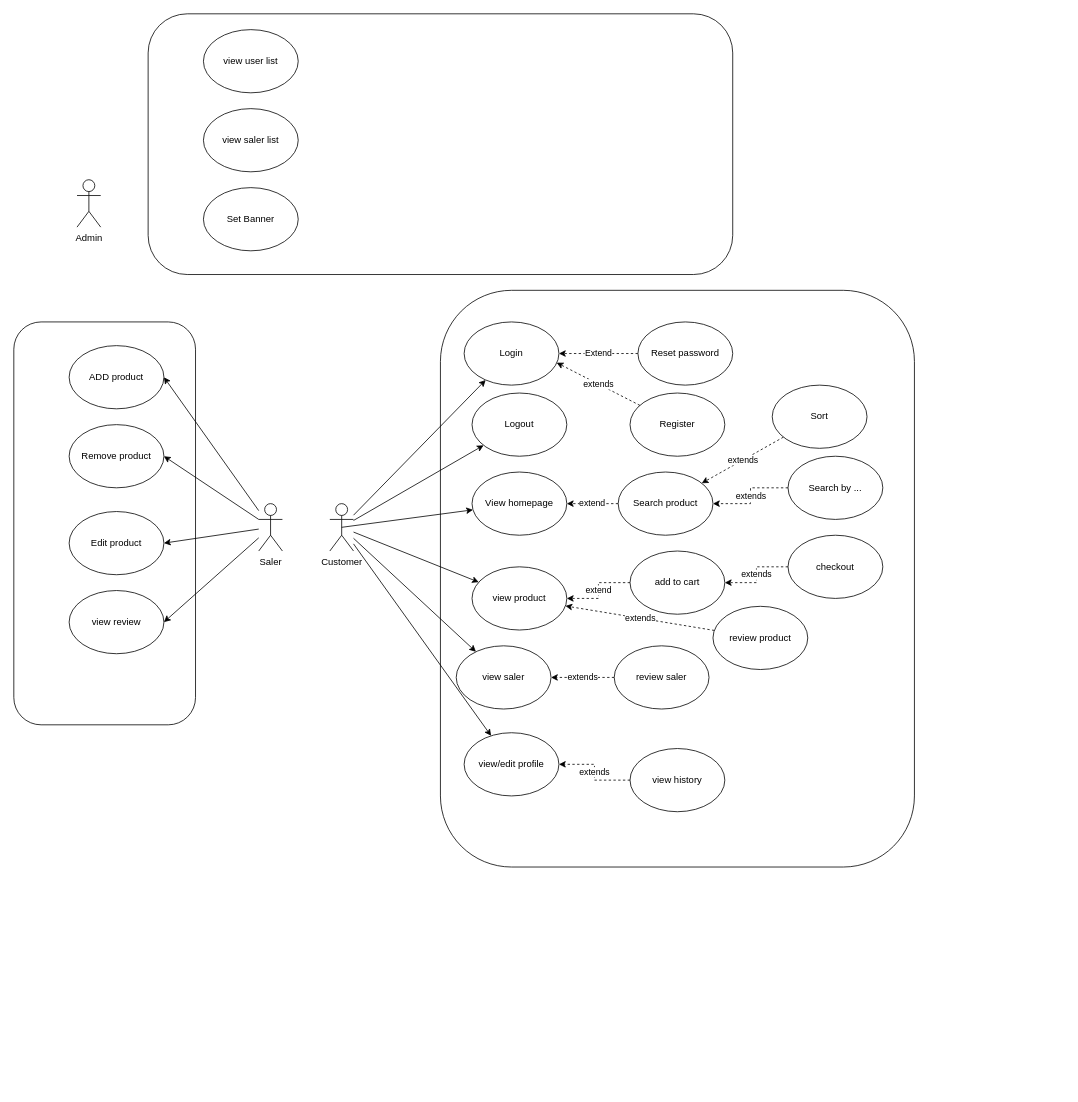
Above: public/documents/UseCase.drawio in MinhBTHE186598/OnlineShop (draw.io), before the change. Source tidied: cells renumbered, new cells numbered last; positions are measured from the earlier drawing's top-left corner, leaving out a move shared by most shapes. Both pictures are drawn from the tidied source at 79%, with x=0, y=0 at pixel (13, 13).
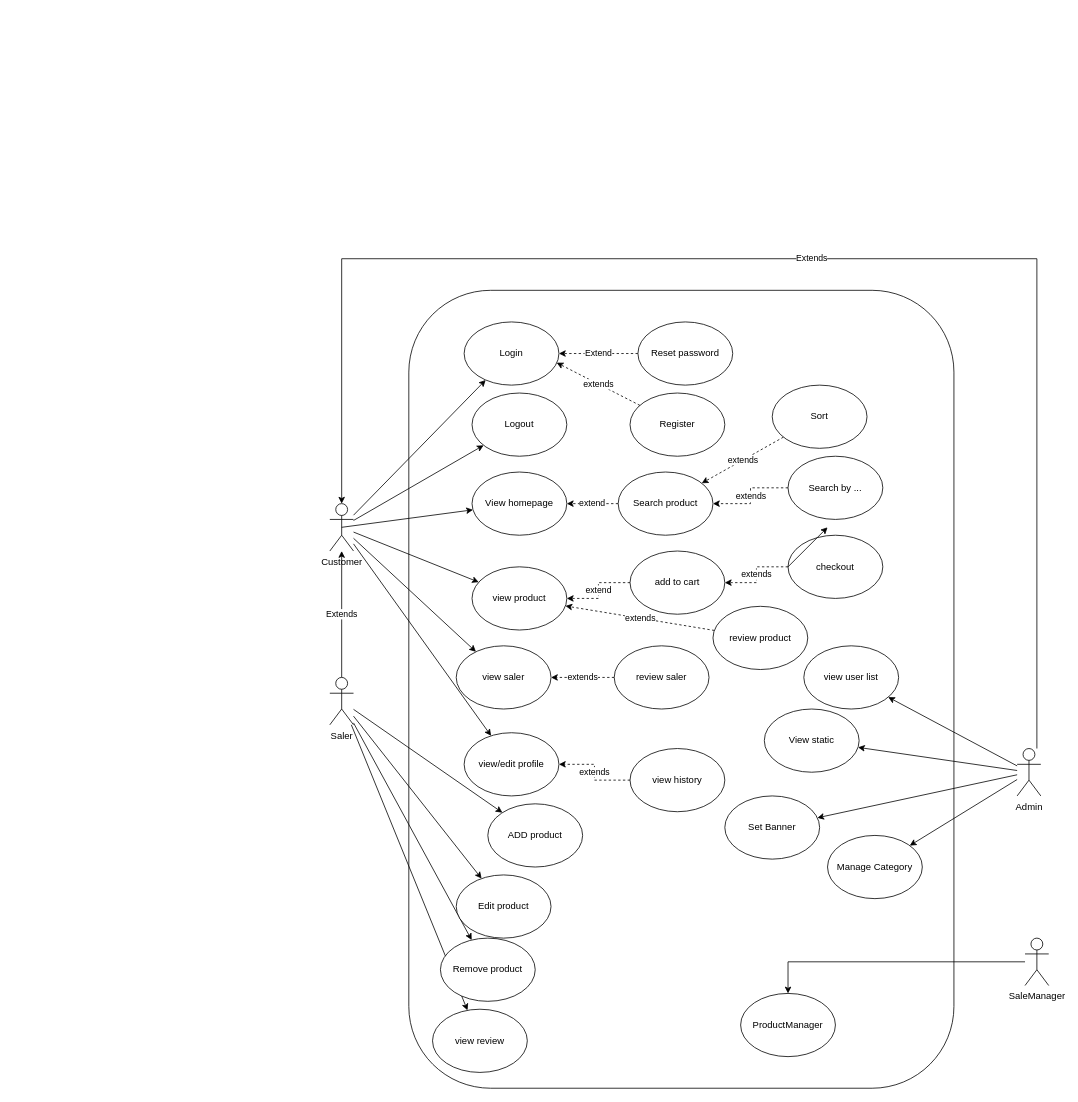
After the change.

Commit message (it also covers changes not shown here):
update bieu do usecase

Unchanged cells that the change refers to:
```xml
<mxCell id="2" value="Customer" style="shape=umlActor;verticalLabelPosition=bottom;verticalAlign=top;html=1;outlineConnect=0;" parent="1" vertex="1">
  <mxGeometry x="400" y="620" width="30" height="60" as="geometry" />
</mxCell>
```

What changed in the source:
```diff
@@
     <mxCell id="3" style="rounded=1;whiteSpace=wrap;html=1;" parent="1" vertex="1">
-      <mxGeometry x="540" y="350" width="600" height="730" as="geometry" />
+      <mxGeometry x="500" y="350" width="690" height="1010" as="geometry" />
     </mxCell>
+    <mxCell id="44" style="rounded=0;jettySize=auto;html=1;" parent="1" edge="1" source="4" target="41">
+      <mxGeometry relative="1" as="geometry" />
+    </mxCell>
+    <mxCell id="43" style="rounded=0;jettySize=auto;html=1;" parent="1" edge="1" source="4" target="39">
+      <mxGeometry relative="1" as="geometry" />
+    </mxCell>
+    <mxCell id="45" style="rounded=0;jettySize=auto;html=1;" parent="1" edge="1" source="4" target="42">
+      <mxGeometry relative="1" as="geometry" />
+    </mxCell>
+    <mxCell id="46" style="rounded=0;jettySize=auto;html=1;" parent="1" edge="1" source="4" target="40">
+      <mxGeometry relative="1" as="geometry" />
+    </mxCell>
+    <mxCell id="51" value="Extends" style="edgeStyle=orthogonalEdgeStyle;rounded=0;jettySize=auto;html=1;" parent="1" edge="1" source="4" target="2">
+      <mxGeometry relative="1" as="geometry" />
+    </mxCell>
     <mxCell id="4" value="Saler" style="shape=umlActor;verticalLabelPosition=bottom;verticalAlign=top;html=1;outlineConnect=0;" parent="1" vertex="1">
-      <mxGeometry x="310" y="620" width="30" height="60" as="geometry" />
+      <mxGeometry x="400" y="840" width="30" height="60" as="geometry" />
     </mxCell>
+    <mxCell id="52" style="rounded=0;jettySize=auto;html=1;" parent="1" edge="1" source="5" target="57">
+      <mxGeometry relative="1" as="geometry" />
+    </mxCell>
+    <mxCell id="53" style="rounded=0;jettySize=auto;html=1;" parent="1" edge="1" source="5" target="49">
+      <mxGeometry relative="1" as="geometry" />
+    </mxCell>
+    <mxCell id="54" style="rounded=0;jettySize=auto;html=1;" parent="1" edge="1" source="5" target="56">
+      <mxGeometry relative="1" as="geometry" />
+    </mxCell>
+    <mxCell id="55" style="rounded=0;jettySize=auto;html=1;" parent="1" edge="1" source="5" target="48">
+      <mxGeometry relative="1" as="geometry" />
+    </mxCell>
     <mxCell id="5" value="Admin" style="shape=umlActor;verticalLabelPosition=bottom;verticalAlign=top;html=1;outlineConnect=0;" parent="1" vertex="1">
-      <mxGeometry x="80" y="210" width="30" height="60" as="geometry" />
+      <mxGeometry x="1270" y="930" width="30" height="60" as="geometry" />
     </mxCell>
@@
-    <mxCell id="38" style="rounded=1;whiteSpace=wrap;html=1;" parent="1" vertex="1">
-      <mxGeometry y="390" width="230" height="510" as="geometry" />
-    </mxCell>
     <mxCell id="39" value="ADD product" style="ellipse;whiteSpace=wrap;html=1;" parent="1" vertex="1">
-      <mxGeometry x="70" y="420" width="120" height="80" as="geometry" />
+      <mxGeometry x="600" y="1000" width="120" height="80" as="geometry" />
     </mxCell>
     <mxCell id="40" value="view review" style="ellipse;whiteSpace=wrap;html=1;" parent="1" vertex="1">
-      <mxGeometry x="70" y="730" width="120" height="80" as="geometry" />
+      <mxGeometry x="530" y="1260" width="120" height="80" as="geometry" />
     </mxCell>
     <mxCell id="41" value="Remove product" style="ellipse;whiteSpace=wrap;html=1;" parent="1" vertex="1">
-      <mxGeometry x="70" y="520" width="120" height="80" as="geometry" />
+      <mxGeometry x="540" y="1170" width="120" height="80" as="geometry" />
     </mxCell>
     <mxCell id="42" value="Edit product" style="ellipse;whiteSpace=wrap;html=1;" parent="1" vertex="1">
-      <mxGeometry x="70" y="630" width="120" height="80" as="geometry" />
+      <mxGeometry x="560" y="1090" width="120" height="80" as="geometry" />
     </mxCell>
-    <mxCell id="43" style="rounded=0;jettySize=auto;html=1;entryX=1;entryY=0.5;entryDx=0;entryDy=0;" parent="1" edge="1" source="4" target="39">
-      <mxGeometry relative="1" as="geometry" />
-    </mxCell>
-    <mxCell id="44" style="rounded=0;jettySize=auto;html=1;entryX=1;entryY=0.5;entryDx=0;entryDy=0;" parent="1" edge="1" source="4" target="41">
-      <mxGeometry relative="1" as="geometry" />
-    </mxCell>
-    <mxCell id="45" style="rounded=0;jettySize=auto;html=1;entryX=1;entryY=0.5;entryDx=0;entryDy=0;" parent="1" edge="1" source="4" target="42">
-      <mxGeometry relative="1" as="geometry" />
-    </mxCell>
-    <mxCell id="46" style="rounded=0;jettySize=auto;html=1;entryX=1;entryY=0.5;entryDx=0;entryDy=0;" parent="1" edge="1" source="4" target="40">
-      <mxGeometry relative="1" as="geometry" />
-    </mxCell>
-    <mxCell id="47" style="rounded=1;whiteSpace=wrap;html=1;" parent="1" vertex="1">
-      <mxGeometry x="170" width="740" height="330" as="geometry" />
-    </mxCell>
     <mxCell id="48" value="view user list" style="ellipse;whiteSpace=wrap;html=1;" parent="1" vertex="1">
-      <mxGeometry x="240" y="20" width="120" height="80" as="geometry" />
+      <mxGeometry x="1000" y="800" width="120" height="80" as="geometry" />
     </mxCell>
     <mxCell id="49" value="Set Banner" style="ellipse;whiteSpace=wrap;html=1;" parent="1" vertex="1">
-      <mxGeometry x="240" y="220" width="120" height="80" as="geometry" />
+      <mxGeometry x="900" y="990" width="120" height="80" as="geometry" />
     </mxCell>
-    <mxCell id="50" value="view saler list" style="ellipse;whiteSpace=wrap;html=1;" parent="1" vertex="1">
-      <mxGeometry x="240" y="120" width="120" height="80" as="geometry" />
-    </mxCell>
+    <mxCell id="56" value="Manage Category" style="ellipse;whiteSpace=wrap;html=1;" parent="1" vertex="1">
+      <mxGeometry x="1030" y="1040" width="120" height="80" as="geometry" />
+    </mxCell>
+    <mxCell id="57" value="View static" style="ellipse;whiteSpace=wrap;html=1;" parent="1" vertex="1">
+      <mxGeometry x="950" y="880" width="120" height="80" as="geometry" />
+    </mxCell>
+    <mxCell id="58" style="endArrow=classic;html=1;rounded=0;" parent="1" edge="1">
+      <mxGeometry relative="1" as="geometry">
+        <mxPoint x="980" y="700" as="sourcePoint" />
+        <mxPoint x="1030" y="650" as="targetPoint" />
+      </mxGeometry>
+    </mxCell>
+    <mxCell id="59" value="Extends" style="edgeStyle=orthogonalEdgeStyle;rounded=0;jettySize=auto;html=1;" parent="1" edge="1" source="5">
+      <mxGeometry relative="1" as="geometry">
+        <mxPoint x="415" y="620" as="targetPoint" />
+        <Array as="points">
+          <mxPoint x="1295" y="310" />
+          <mxPoint x="415" y="310" />
+        </Array>
+      </mxGeometry>
+    </mxCell>
+    <mxCell id="60" style="edgeStyle=orthogonalEdgeStyle;rounded=0;jettySize=auto;html=1;" parent="1" edge="1" source="61" target="62">
+      <mxGeometry relative="1" as="geometry" />
+    </mxCell>
+    <mxCell id="61" value="SaleManager" style="shape=umlActor;verticalLabelPosition=bottom;verticalAlign=top;html=1;outlineConnect=0;" parent="1" vertex="1">
+      <mxGeometry x="1280" y="1170" width="30" height="60" as="geometry" />
+    </mxCell>
+    <mxCell id="62" value="ProductManager" style="ellipse;whiteSpace=wrap;html=1;" parent="1" vertex="1">
+      <mxGeometry x="920" y="1240" width="120" height="80" as="geometry" />
+    </mxCell>
```
